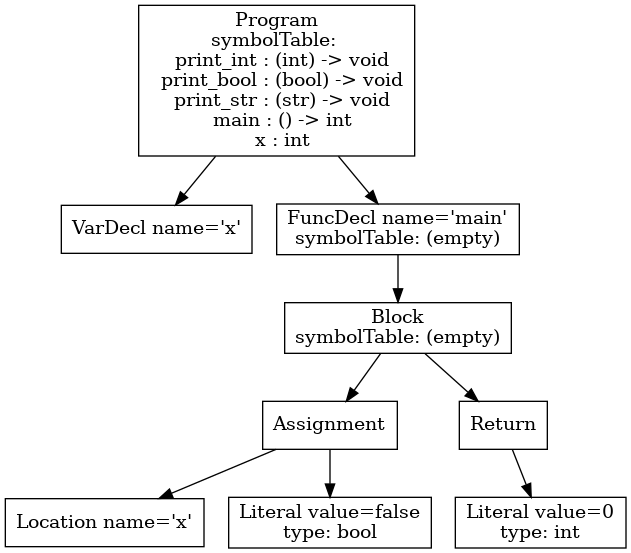
Above: ast.png in vtstew/p3-analysis (Graphviz), before the change. Its source is kept beside it as ast.dot.
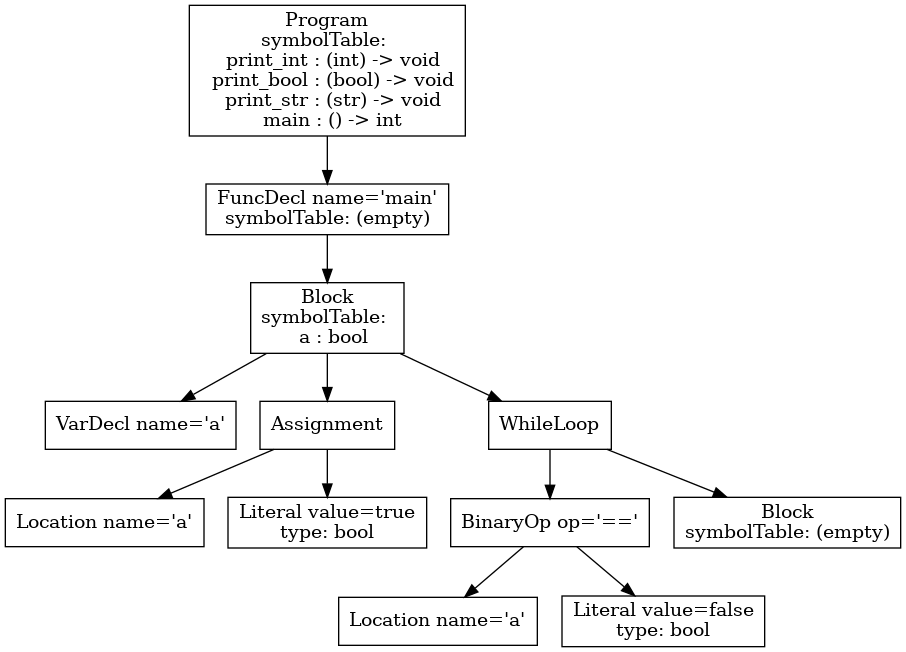
Above is the later version.

Diff of the diagram source:
```diff
@@ -1,19 +1,25 @@
 digraph AST {
-1 [shape=box, label="VarDecl name='x'"];
-5 [shape=box, label="Location name='x'"];
-6 [shape=box, label="Literal value=false\ntype: bool"];
+3 [shape=box, label="VarDecl name='a'"];
+5 [shape=box, label="Location name='a'"];
+6 [shape=box, label="Literal value=true\ntype: bool"];
 4 [shape=box, label="Assignment"];
 4 -> 5;
 4 -> 6;
-8 [shape=box, label="Literal value=0\ntype: int"];
-7 [shape=box, label="Return"];
+9 [shape=box, label="Location name='a'"];
+10 [shape=box, label="Literal value=false\ntype: bool"];
+8 [shape=box, label="BinaryOp op='=='"];
+8 -> 9;
+8 -> 10;
+11 [shape=box, label="Block\nsymbolTable: (empty)"];
+7 [shape=box, label="WhileLoop"];
 7 -> 8;
-3 [shape=box, label="Block\nsymbolTable: (empty)"];
-3 -> 4;
-3 -> 7;
-2 [shape=box, label="FuncDecl name='main'\nsymbolTable: (empty)"];
+7 -> 11;
+2 [shape=box, label="Block\nsymbolTable: \n  a : bool"];
 2 -> 3;
-0 [shape=box, label="Program\nsymbolTable: \n  print_int : (int) -> void\n  print_bool : (bool) -> void\n  print_str : (str) -> void\n  main : () -> int\n  x : int"];
+2 -> 4;
+2 -> 7;
+1 [shape=box, label="FuncDecl name='main'\nsymbolTable: (empty)"];
+1 -> 2;
+0 [shape=box, label="Program\nsymbolTable: \n  print_int : (int) -> void\n  print_bool : (bool) -> void\n  print_str : (str) -> void\n  main : () -> int"];
 0 -> 1;
-0 -> 2;
 }
```
